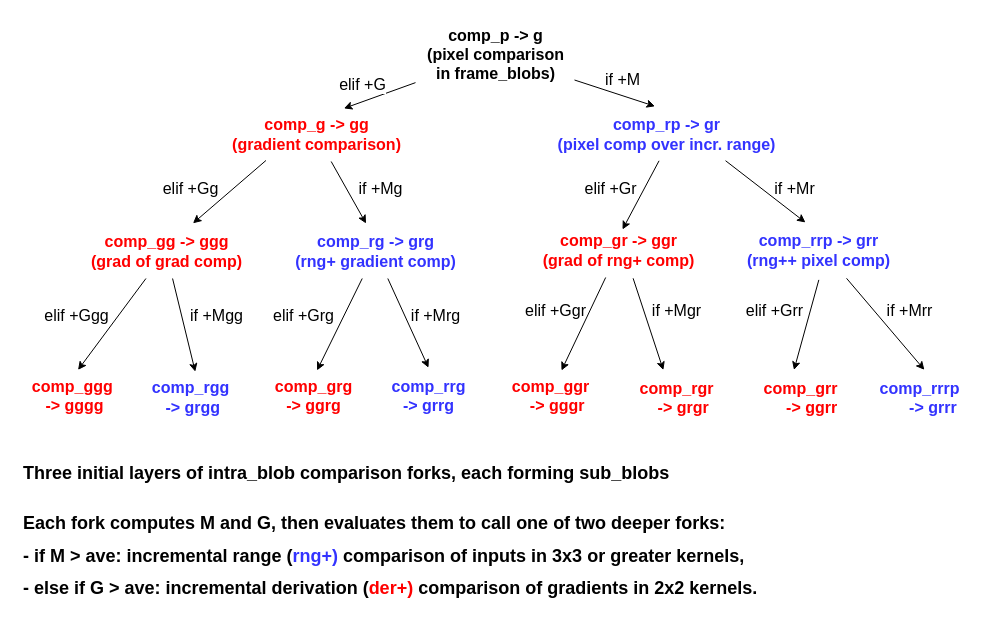
The draw.io diagram frame_2D_alg/Illustrations/intra_blob_2_fork_scheme.drawio in boris-kz/CogAlg, before the edit. Source tidied: cells renumbered, new cells numbered last; positions are measured from the earlier drawing's top-left corner, leaving out a move shared by most shapes. Both pictures are drawn from the tidied source at 100%, with x=0, y=0 at pixel (17, 17).
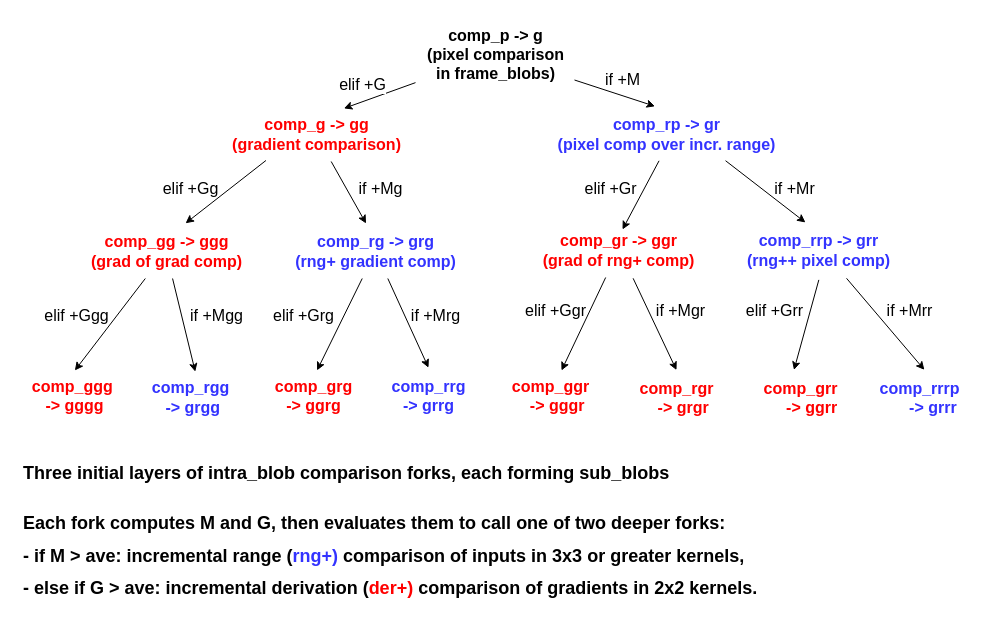
The same diagram, later.

Commit message (it also covers changes not shown here):
- intra_comp: revised match=min computation, converted to common dert shape, still some shape bugs. - minor edits

Unchanged cells that the change refers to:
```xml
<mxCell id="7" value="&lt;b&gt;&lt;span&gt;&lt;font color=&quot;#ff0000&quot;&gt;comp_g -&amp;gt; gg&lt;br&gt;(gradient comparison)&lt;/font&gt;&lt;/span&gt;&lt;/b&gt;&lt;b style=&quot;font-size: 16px&quot;&gt;&lt;font style=&quot;font-size: 16px&quot;&gt;&lt;br style=&quot;font-size: 16px&quot;&gt;&lt;/font&gt;&lt;/b&gt;" style="text;html=1;align=center;verticalAlign=middle;points=[];strokeWidth=1;fontSize=16;fontColor=#000000;spacing=6;" parent="1" vertex="1">
  <mxGeometry x="203" y="90" width="191" height="54" as="geometry" />
</mxCell>
<mxCell id="9" value="&lt;b&gt;&lt;span&gt;&lt;font color=&quot;#ff0000&quot;&gt;comp_gg&amp;nbsp;-&amp;gt; ggg&lt;br&gt;(grad of grad comp)&lt;/font&gt;&lt;/span&gt;&lt;/b&gt;&lt;b style=&quot;font-size: 16px&quot;&gt;&lt;font style=&quot;font-size: 16px&quot;&gt;&lt;br style=&quot;font-size: 16px&quot;&gt;&lt;/font&gt;&lt;/b&gt;" style="text;html=1;align=center;verticalAlign=middle;points=[];strokeWidth=1;fontSize=16;fontColor=#000000;spacing=6;" parent="1" vertex="1">
  <mxGeometry x="62" y="207" width="173" height="54" as="geometry" />
</mxCell>
<mxCell id="13" value="&lt;b&gt;&lt;span&gt;&lt;font color=&quot;#ff0000&quot;&gt;comp_gr&amp;nbsp;-&amp;gt; ggr&lt;br&gt;(grad of rng+ comp)&lt;/font&gt;&lt;br&gt;&lt;/span&gt;&lt;/b&gt;" style="text;html=1;align=center;verticalAlign=middle;points=[];strokeWidth=1;fontSize=16;fontColor=#000000;spacing=6;" parent="1" vertex="1">
  <mxGeometry x="514" y="206" width="174" height="54" as="geometry" />
</mxCell>
<mxCell id="17" value="&lt;b style=&quot;font-size: 16px&quot;&gt;&lt;font style=&quot;font-size: 16px&quot;&gt;&lt;span style=&quot;font-size: 16px ; background-color: rgb(255 , 255 , 255)&quot;&gt;&lt;font color=&quot;#ff0000&quot;&gt;comp_ggg&amp;nbsp;&lt;br&gt;-&amp;gt; gggg&lt;br style=&quot;font-size: 16px&quot;&gt;&lt;/font&gt;&lt;/span&gt;&lt;br style=&quot;font-size: 16px&quot;&gt;&lt;/font&gt;&lt;/b&gt;" style="text;html=1;align=center;verticalAlign=middle;points=[];fontSize=16;fontColor=#000000;spacing=6;spacingTop=0;" parent="1" vertex="1">
  <mxGeometry x="3" y="351.3" width="107" height="73" as="geometry" />
</mxCell>
<mxCell id="29" value="&lt;b style=&quot;font-size: 16px&quot;&gt;&lt;font style=&quot;font-size: 16px&quot;&gt;&lt;span style=&quot;font-size: 16px ; background-color: rgb(255 , 255 , 255)&quot;&gt;&lt;font color=&quot;#ff0000&quot;&gt;comp_rgr&lt;br&gt;&amp;nbsp; &amp;nbsp;-&amp;gt; grgr&lt;br style=&quot;font-size: 16px&quot;&gt;&lt;/font&gt;&lt;/span&gt;&lt;br style=&quot;font-size: 16px&quot;&gt;&lt;/font&gt;&lt;/b&gt;" style="text;html=1;align=center;verticalAlign=middle;points=[];strokeWidth=1;fontSize=16;fontColor=#000000;spacing=6;" parent="1" vertex="1">
  <mxGeometry x="611" y="353" width="96" height="73" as="geometry" />
</mxCell>
```

What changed in the source:
```diff
@@
-    <mxCell id="8" style="endArrow=classic;html=1;strokeWidth=1;fontSize=16;fontColor=#000000;spacing=6;entryX=0.656;entryY=-0.022;entryDx=0;entryDy=0;entryPerimeter=0;exitX=0.238;exitY=0.981;exitDx=0;exitDy=0;exitPerimeter=0;" parent="1" edge="1" source="7" target="9">
+    <mxCell id="8" style="endArrow=classic;html=1;strokeWidth=1;fontSize=16;fontColor=#000000;spacing=6;entryX=0.613;entryY=-0.022;entryDx=0;entryDy=0;entryPerimeter=0;exitX=0.238;exitY=0.981;exitDx=0;exitDy=0;exitPerimeter=0;" parent="1" edge="1" source="7" target="9">
       <mxGeometry relative="1" as="geometry" />
     </mxCell>
@@
-    <mxCell id="16" style="endArrow=classic;html=1;strokeWidth=1;fontSize=16;fontColor=#000000;spacing=6;entryX=0.538;entryY=0.015;entryDx=0;entryDy=0;entryPerimeter=0;" parent="1" edge="1" source="9" target="17">
+    <mxCell id="16" style="endArrow=classic;html=1;strokeWidth=1;fontSize=16;fontColor=#000000;spacing=6;entryX=0.508;entryY=0.023;entryDx=0;entryDy=0;entryPerimeter=0;" parent="1" edge="1" source="9" target="17">
       <mxGeometry relative="1" as="geometry" />
     </mxCell>
@@
-    <mxCell id="23" style="endArrow=classic;html=1;strokeWidth=1;fontSize=16;fontColor=#000000;entryX=0.363;entryY=-0.005;entryDx=0;entryDy=0;entryPerimeter=0;spacing=6;exitX=0.584;exitY=1.015;exitDx=0;exitDy=0;exitPerimeter=0;" parent="1" edge="1" source="13" target="29">
+    <mxCell id="23" style="endArrow=classic;html=1;strokeWidth=1;fontSize=16;fontColor=#000000;entryX=0.5;entryY=-0.005;entryDx=0;entryDy=0;entryPerimeter=0;spacing=6;exitX=0.584;exitY=1.015;exitDx=0;exitDy=0;exitPerimeter=0;" parent="1" edge="1" source="13" target="29">
       <mxGeometry relative="1" as="geometry" />
     </mxCell>
@@
     <mxCell id="43" value="if +Mgr" style="text;html=1;align=center;verticalAlign=middle;fontSize=16;" parent="1" vertex="1">
-      <mxGeometry x="629.5" y="281" width="59" height="23" as="geometry" />
+      <mxGeometry x="633" y="281" width="59" height="23" as="geometry" />
     </mxCell>
```
